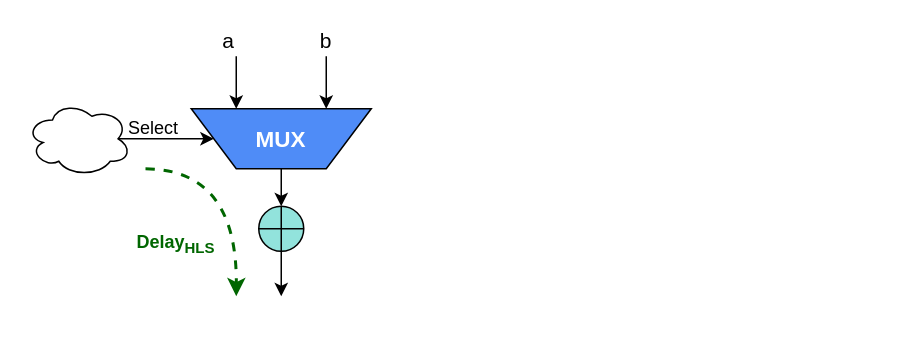
Above: hlsls_2.drawio in kxzhu0505/Delay-Padding-For-Multi-corner (draw.io), before the change. Source tidied: cells renumbered, new cells numbered last; positions are measured from the earlier drawing's top-left corner, leaving out a move shared by most shapes. Both pictures are drawn from the tidied source at 150%, with x=0, y=0 at pixel (26, 26).
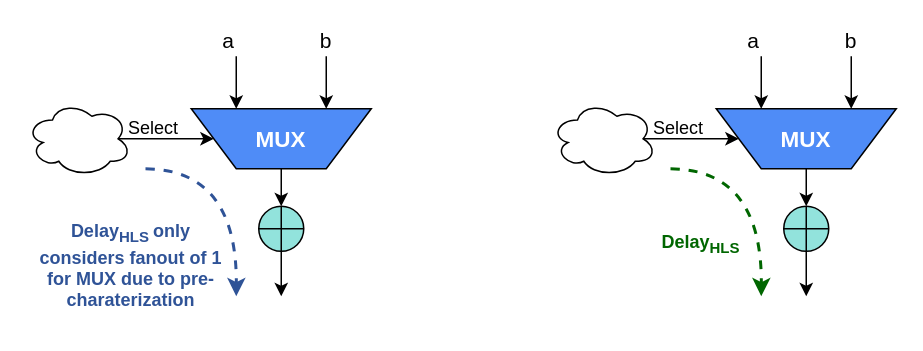
The same page after the edit.

What changed in the source:
```diff
@@
-    <mxCell id="12" style="endArrow=classic;html=1;rounded=0;edgeStyle=orthogonalEdgeStyle;curved=1;dashed=1;strokeColor=#006600;strokeWidth=2;" parent="1" edge="1">
+    <mxCell id="12" style="endArrow=classic;html=1;rounded=0;edgeStyle=orthogonalEdgeStyle;curved=1;dashed=1;strokeColor=#2F5397;strokeWidth=2;" parent="1" edge="1">
       <mxGeometry relative="1" as="geometry">
         <mxPoint x="79.5" y="95" as="sourcePoint" />
         <mxPoint x="140" y="180" as="targetPoint" />
       </mxGeometry>
     </mxCell>
-    <mxCell id="13" value="&lt;b&gt;&lt;font style=&quot;color: rgb(0, 102, 0);&quot;&gt;Delay&lt;sub style=&quot;&quot;&gt;HLS&lt;/sub&gt;&lt;/font&gt;&lt;/b&gt;" style="text;html=1;align=center;verticalAlign=middle;whiteSpace=wrap;rounded=0;" parent="1" vertex="1">
-      <mxGeometry x="50" y="130" width="100" height="30" as="geometry" />
+    <mxCell id="13" value="&lt;b&gt;&lt;font style=&quot;color: rgb(47, 83, 151);&quot;&gt;Delay&lt;sub style=&quot;&quot;&gt;HLS &lt;/sub&gt;only considers fanout of 1 for MUX due to pre-charaterization&lt;/font&gt;&lt;/b&gt;" style="text;html=1;align=center;verticalAlign=middle;whiteSpace=wrap;rounded=0;" parent="1" vertex="1">
+      <mxGeometry y="120" width="140" height="80" as="geometry" />
     </mxCell>
@@
+    <mxCell id="17" style="group;" parent="1" vertex="1">
+      <mxGeometry x="460" y="55" width="120" height="40" as="geometry" />
+    </mxCell>
+    <mxCell id="18" style="shape=trapezoid;perimeter=trapezoidPerimeter;whiteSpace=wrap;html=1;fixedSize=1;size=30;rotation=-180;fillColor=light-dark(#4f8cf7, #ededed);" parent="17" vertex="1">
+      <mxGeometry width="120" height="40" as="geometry" />
+    </mxCell>
+    <mxCell id="19" value="&lt;font style=&quot;font-size: 15px; color: rgb(255, 255, 255);&quot;&gt;&lt;b&gt;MUX&lt;/b&gt;&lt;/font&gt;" style="text;html=1;align=center;verticalAlign=middle;whiteSpace=wrap;rounded=0;" parent="17" vertex="1">
+      <mxGeometry x="30" y="5" width="60" height="30" as="geometry" />
+    </mxCell>
+    <mxCell id="20" style="ellipse;shape=cloud;whiteSpace=wrap;html=1;fillColor=light-dark(#FFFFFF,#EDEDED);" parent="1" vertex="1">
+      <mxGeometry x="350" y="50" width="70" height="50" as="geometry" />
+    </mxCell>
+    <mxCell id="21" style="endArrow=classic;html=1;rounded=0;entryX=0.75;entryY=1;entryDx=0;entryDy=0;" parent="1" edge="1" target="18">
+      <mxGeometry relative="1" as="geometry">
+        <mxPoint x="490" y="20" as="sourcePoint" />
+      </mxGeometry>
+    </mxCell>
+    <mxCell id="22" style="endArrow=classic;html=1;rounded=0;entryX=0.25;entryY=1;entryDx=0;entryDy=0;" parent="1" edge="1" target="18">
+      <mxGeometry relative="1" as="geometry">
+        <mxPoint x="550" y="20" as="sourcePoint" />
+      </mxGeometry>
+    </mxCell>
+    <mxCell id="23" value="&lt;font style=&quot;font-size: 14px;&quot;&gt;a&lt;/font&gt;" style="text;html=1;align=center;verticalAlign=middle;whiteSpace=wrap;rounded=0;" parent="1" vertex="1">
+      <mxGeometry x="470" width="30" height="20" as="geometry" />
+    </mxCell>
+    <mxCell id="24" value="&lt;font style=&quot;font-size: 14px;&quot;&gt;b&lt;/font&gt;" style="text;html=1;align=center;verticalAlign=middle;whiteSpace=wrap;rounded=0;" parent="1" vertex="1">
+      <mxGeometry x="535" width="30" height="20" as="geometry" />
+    </mxCell>
+    <mxCell id="25" style="endArrow=classic;html=1;rounded=0;exitX=0.875;exitY=0.5;exitDx=0;exitDy=0;exitPerimeter=0;entryX=1;entryY=0.5;entryDx=0;entryDy=0;" parent="1" edge="1" source="20" target="18">
+      <mxGeometry relative="1" as="geometry" />
+    </mxCell>
+    <mxCell id="26" style="endArrow=classic;html=1;rounded=0;exitX=0.5;exitY=0;exitDx=0;exitDy=0;" parent="1" edge="1" source="18">
+      <mxGeometry relative="1" as="geometry">
+        <mxPoint x="520" y="120" as="targetPoint" />
+      </mxGeometry>
+    </mxCell>
+    <mxCell id="27" style="endArrow=classic;html=1;rounded=0;edgeStyle=orthogonalEdgeStyle;curved=1;dashed=1;strokeColor=#006600;strokeWidth=2;" parent="1" edge="1">
+      <mxGeometry relative="1" as="geometry">
+        <mxPoint x="429.5" y="95" as="sourcePoint" />
+        <mxPoint x="490" y="180" as="targetPoint" />
+      </mxGeometry>
+    </mxCell>
+    <mxCell id="28" value="&lt;b&gt;&lt;font style=&quot;color: rgb(0, 102, 0);&quot;&gt;Delay&lt;sub style=&quot;&quot;&gt;HLS&lt;/sub&gt;&lt;/font&gt;&lt;/b&gt;" style="text;html=1;align=center;verticalAlign=middle;whiteSpace=wrap;rounded=0;" parent="1" vertex="1">
+      <mxGeometry x="400" y="130" width="100" height="30" as="geometry" />
+    </mxCell>
+    <mxCell id="29" value="Select" style="text;html=1;align=center;verticalAlign=middle;whiteSpace=wrap;rounded=0;" parent="1" vertex="1">
+      <mxGeometry x="410" y="55" width="50" height="25" as="geometry" />
+    </mxCell>
+    <mxCell id="30" style="verticalLabelPosition=bottom;verticalAlign=top;html=1;shape=mxgraph.flowchart.summing_function;fillColor=#92E3DC;" parent="1" vertex="1">
+      <mxGeometry x="505" y="120" width="30" height="30" as="geometry" />
+    </mxCell>
+    <mxCell id="31" style="endArrow=classic;html=1;rounded=0;exitX=0.5;exitY=1;exitDx=0;exitDy=0;exitPerimeter=0;" parent="1" edge="1" source="30">
+      <mxGeometry relative="1" as="geometry">
+        <mxPoint x="520" y="180" as="targetPoint" />
+      </mxGeometry>
+    </mxCell>
```
